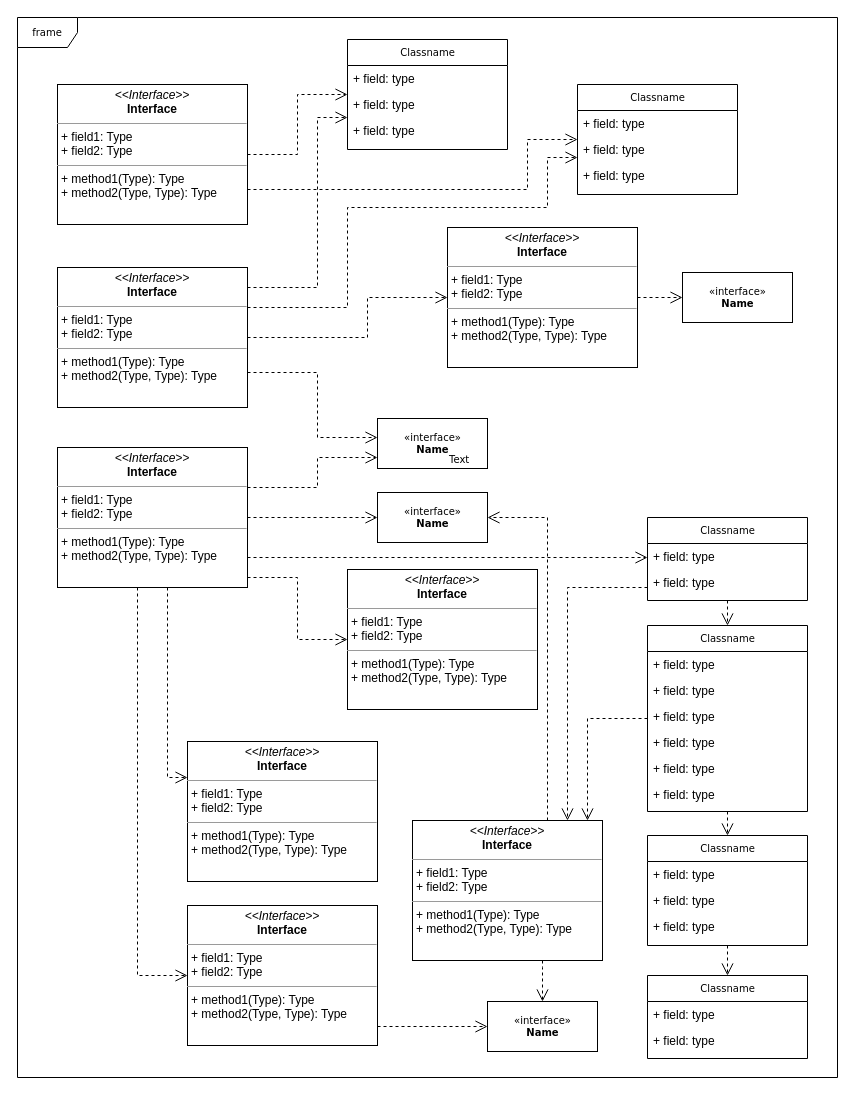
Earlier version of the draw.io diagram Untitled Diagram.drawio (tarkers/Draw-io). Source tidied: cells renumbered, new cells numbered last; positions are measured from the earlier drawing's top-left corner, leaving out a move shared by most shapes. Both pictures are drawn from the tidied source at 100%, with x=0, y=0 at pixel (17, 17).
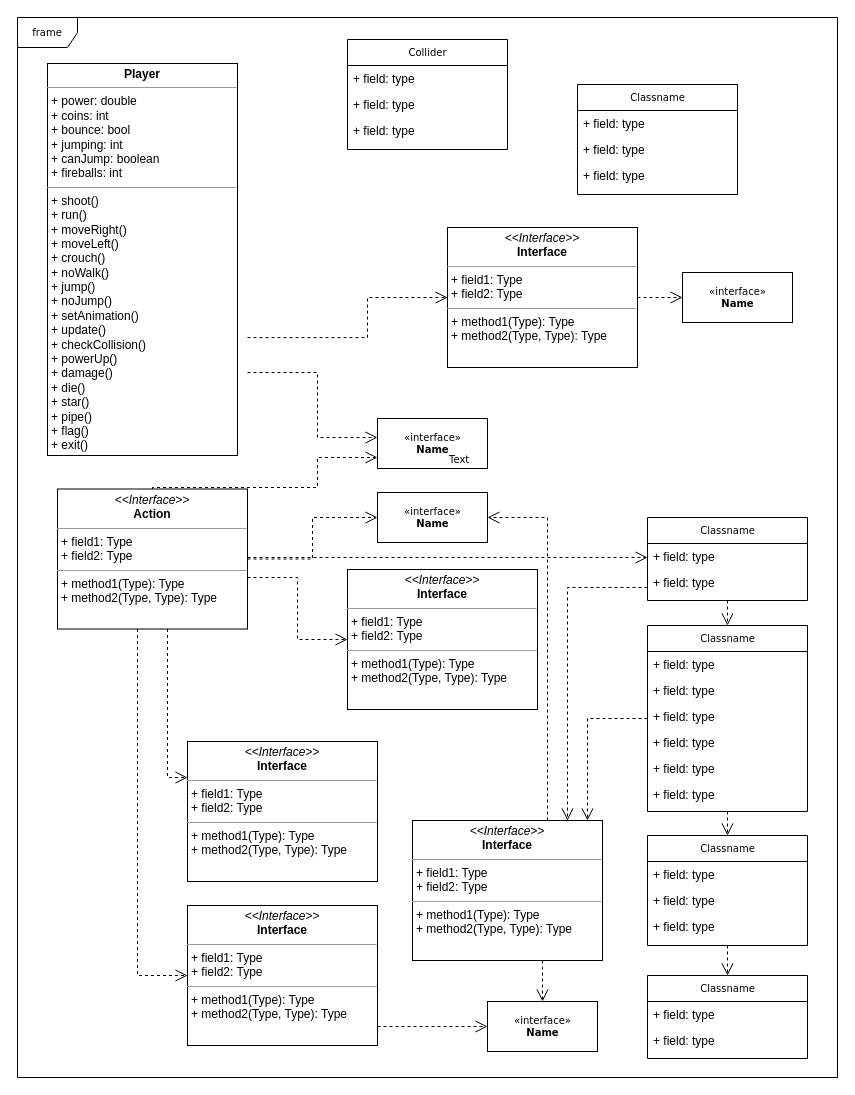
Above is the later version.

Unchanged cells that the change refers to:
```xml
<mxCell id="16" value="Classname" style="swimlane;html=1;fontStyle=0;horizontal=1;startSize=26;fillColor=none;swimlaneFillColor=#ffffff;rounded=0;shadow=0;comic=0;labelBackgroundColor=none;strokeWidth=1;fontFamily=Verdana;fontSize=10;align=center;" parent="1" vertex="1">
  <mxGeometry x="560" y="67" width="160" height="110" as="geometry" />
</mxCell>
<mxCell id="41" value="&amp;laquo;interface&amp;raquo;&lt;br&gt;&lt;b&gt;Name&lt;/b&gt;" style="html=1;rounded=0;shadow=0;comic=0;labelBackgroundColor=none;strokeWidth=1;fontFamily=Verdana;fontSize=10;align=center;" parent="1" vertex="1">
  <mxGeometry x="360" y="401" width="110" height="50" as="geometry" />
</mxCell>
<mxCell id="43" value="&lt;p style=&quot;margin:0px;margin-top:4px;text-align:center;&quot;&gt;&lt;i&gt;&amp;lt;&amp;lt;Interface&amp;gt;&amp;gt;&lt;/i&gt;&lt;br/&gt;&lt;b&gt;Interface&lt;/b&gt;&lt;/p&gt;&lt;hr size=&quot;1&quot;/&gt;&lt;p style=&quot;margin:0px;margin-left:4px;&quot;&gt;+ field1: Type&lt;br/&gt;+ field2: Type&lt;/p&gt;&lt;hr size=&quot;1&quot;/&gt;&lt;p style=&quot;margin:0px;margin-left:4px;&quot;&gt;+ method1(Type): Type&lt;br/&gt;+ method2(Type, Type): Type&lt;/p&gt;" style="verticalAlign=top;align=left;overflow=fill;fontSize=12;fontFamily=Helvetica;html=1;rounded=0;shadow=0;comic=0;labelBackgroundColor=none;strokeWidth=1;" parent="1" vertex="1">
  <mxGeometry x="430" y="210" width="190" height="140" as="geometry" />
</mxCell>
```

The edit, as a diff of the source:
```diff
@@
-    <mxCell id="12" value="Classname" style="swimlane;html=1;fontStyle=0;horizontal=1;startSize=26;fillColor=none;swimlaneFillColor=#ffffff;rounded=0;shadow=0;comic=0;labelBackgroundColor=none;strokeWidth=1;fontFamily=Verdana;fontSize=10;align=center;" parent="1" vertex="1">
+    <mxCell id="12" value="Collider" style="swimlane;html=1;fontStyle=0;horizontal=1;startSize=26;fillColor=none;swimlaneFillColor=#ffffff;rounded=0;shadow=0;comic=0;labelBackgroundColor=none;strokeWidth=1;fontFamily=Verdana;fontSize=10;align=center;" parent="1" vertex="1">
       <mxGeometry x="330" y="22" width="160" height="110" as="geometry" />
     </mxCell>
@@
-    <mxCell id="46" style="edgeStyle=orthogonalEdgeStyle;rounded=0;html=1;labelBackgroundColor=none;startFill=0;endArrow=open;endFill=0;endSize=10;fontFamily=Verdana;fontSize=10;dashed=1;" parent="1" edge="1" source="48" target="12">
-      <mxGeometry relative="1" as="geometry" />
-    </mxCell>
-    <mxCell id="47" style="edgeStyle=orthogonalEdgeStyle;rounded=0;html=1;exitX=1;exitY=0.75;dashed=1;labelBackgroundColor=none;startFill=0;endArrow=open;endFill=0;endSize=10;fontFamily=Verdana;fontSize=10;" parent="1" edge="1" source="48" target="16">
-      <mxGeometry relative="1" as="geometry">
-        <Array as="points">
-          <mxPoint x="510" y="172" />
-          <mxPoint x="510" y="122" />
-        </Array>
-      </mxGeometry>
-    </mxCell>
-    <mxCell id="48" value="&lt;p style=&quot;margin:0px;margin-top:4px;text-align:center;&quot;&gt;&lt;i&gt;&amp;lt;&amp;lt;Interface&amp;gt;&amp;gt;&lt;/i&gt;&lt;br/&gt;&lt;b&gt;Interface&lt;/b&gt;&lt;/p&gt;&lt;hr size=&quot;1&quot;/&gt;&lt;p style=&quot;margin:0px;margin-left:4px;&quot;&gt;+ field1: Type&lt;br/&gt;+ field2: Type&lt;/p&gt;&lt;hr size=&quot;1&quot;/&gt;&lt;p style=&quot;margin:0px;margin-left:4px;&quot;&gt;+ method1(Type): Type&lt;br/&gt;+ method2(Type, Type): Type&lt;/p&gt;" style="verticalAlign=top;align=left;overflow=fill;fontSize=12;fontFamily=Helvetica;html=1;rounded=0;shadow=0;comic=0;labelBackgroundColor=none;strokeWidth=1;" parent="1" vertex="1">
-      <mxGeometry x="40" y="67" width="190" height="140" as="geometry" />
+    <mxCell id="48" value="&lt;p style=&quot;margin: 0px ; margin-top: 4px ; text-align: center&quot;&gt;&lt;b&gt;Player&lt;/b&gt;&lt;/p&gt;&lt;hr size=&quot;1&quot;&gt;&lt;p style=&quot;margin: 0px ; margin-left: 4px&quot;&gt;+ power: double&lt;br&gt;+ coins: int&lt;/p&gt;&lt;p style=&quot;margin: 0px ; margin-left: 4px&quot;&gt;+ bounce: bool&lt;/p&gt;&lt;p style=&quot;margin: 0px ; margin-left: 4px&quot;&gt;+ jumping: int&lt;/p&gt;&lt;p style=&quot;margin: 0px ; margin-left: 4px&quot;&gt;+ canJump: boolean&lt;/p&gt;&lt;p style=&quot;margin: 0px ; margin-left: 4px&quot;&gt;+ fireballs: int&lt;/p&gt;&lt;hr size=&quot;1&quot;&gt;&lt;p style=&quot;margin: 0px ; margin-left: 4px&quot;&gt;+ shoot()&lt;br&gt;+ run()&lt;/p&gt;&lt;p style=&quot;margin: 0px ; margin-left: 4px&quot;&gt;+ moveRight()&lt;/p&gt;&lt;p style=&quot;margin: 0px ; margin-left: 4px&quot;&gt;+ moveLeft()&lt;/p&gt;&lt;p style=&quot;margin: 0px ; margin-left: 4px&quot;&gt;+ crouch()&lt;/p&gt;&lt;p style=&quot;margin: 0px ; margin-left: 4px&quot;&gt;+ noWalk()&lt;/p&gt;&lt;p style=&quot;margin: 0px ; margin-left: 4px&quot;&gt;+ jump()&lt;/p&gt;&lt;p style=&quot;margin: 0px ; margin-left: 4px&quot;&gt;+ noJump()&lt;/p&gt;&lt;p style=&quot;margin: 0px ; margin-left: 4px&quot;&gt;+ setAnimation()&lt;/p&gt;&lt;p style=&quot;margin: 0px ; margin-left: 4px&quot;&gt;+ update()&lt;/p&gt;&lt;p style=&quot;margin: 0px ; margin-left: 4px&quot;&gt;+ checkCollision()&lt;/p&gt;&lt;p style=&quot;margin: 0px ; margin-left: 4px&quot;&gt;+ powerUp()&lt;/p&gt;&lt;p style=&quot;margin: 0px ; margin-left: 4px&quot;&gt;+ damage()&lt;/p&gt;&lt;p style=&quot;margin: 0px ; margin-left: 4px&quot;&gt;+ die()&lt;/p&gt;&lt;p style=&quot;margin: 0px ; margin-left: 4px&quot;&gt;+ star()&lt;/p&gt;&lt;p style=&quot;margin: 0px ; margin-left: 4px&quot;&gt;+ pipe()&lt;/p&gt;&lt;p style=&quot;margin: 0px ; margin-left: 4px&quot;&gt;+ flag()&lt;/p&gt;&lt;p style=&quot;margin: 0px ; margin-left: 4px&quot;&gt;+ exit()&lt;/p&gt;" style="verticalAlign=top;align=left;overflow=fill;fontSize=12;fontFamily=Helvetica;html=1;rounded=0;shadow=0;comic=0;labelBackgroundColor=none;strokeWidth=1;" parent="1" vertex="1">
+      <mxGeometry x="30" y="46" width="190" height="392" as="geometry" />
     </mxCell>
-    <mxCell id="49" style="edgeStyle=orthogonalEdgeStyle;rounded=0;html=1;dashed=1;labelBackgroundColor=none;startFill=0;endArrow=open;endFill=0;endSize=10;fontFamily=Verdana;fontSize=10;" parent="1" edge="1" source="53" target="12">
-      <mxGeometry relative="1" as="geometry">
-        <Array as="points">
-          <mxPoint x="300" y="270" />
-          <mxPoint x="300" y="100" />
-        </Array>
-      </mxGeometry>
-    </mxCell>
-    <mxCell id="50" style="edgeStyle=orthogonalEdgeStyle;rounded=0;html=1;dashed=1;labelBackgroundColor=none;startFill=0;endArrow=open;endFill=0;endSize=10;fontFamily=Verdana;fontSize=10;" parent="1" edge="1" source="53" target="16">
-      <mxGeometry relative="1" as="geometry">
-        <Array as="points">
-          <mxPoint x="330" y="290" />
-          <mxPoint x="330" y="190" />
-          <mxPoint x="530" y="190" />
-          <mxPoint x="530" y="140" />
-        </Array>
-      </mxGeometry>
-    </mxCell>
-    <mxCell id="51" style="edgeStyle=orthogonalEdgeStyle;rounded=0;html=1;dashed=1;labelBackgroundColor=none;startFill=0;endArrow=open;endFill=0;endSize=10;fontFamily=Verdana;fontSize=10;" parent="1" edge="1" source="53" target="43">
+    <mxCell id="51" style="edgeStyle=orthogonalEdgeStyle;rounded=0;html=1;dashed=1;labelBackgroundColor=none;startFill=0;endArrow=open;endFill=0;endSize=10;fontFamily=Verdana;fontSize=10;" parent="1" edge="1" target="43">
       <mxGeometry relative="1" as="geometry">
+        <mxPoint x="230" y="320.1" as="sourcePoint" />
         <Array as="points">
           <mxPoint x="350" y="320" />
           <mxPoint x="350" y="280" />
         </Array>
       </mxGeometry>
     </mxCell>
-    <mxCell id="52" style="edgeStyle=orthogonalEdgeStyle;rounded=0;html=1;exitX=1;exitY=0.75;dashed=1;labelBackgroundColor=none;startFill=0;endArrow=open;endFill=0;endSize=10;fontFamily=Verdana;fontSize=10;" parent="1" edge="1" source="53" target="41">
+    <mxCell id="52" style="edgeStyle=orthogonalEdgeStyle;rounded=0;html=1;exitX=1;exitY=0.75;dashed=1;labelBackgroundColor=none;startFill=0;endArrow=open;endFill=0;endSize=10;fontFamily=Verdana;fontSize=10;" parent="1" edge="1" target="41">
       <mxGeometry relative="1" as="geometry">
+        <mxPoint x="230" y="355" as="sourcePoint" />
         <Array as="points">
           <mxPoint x="300" y="355" />
           <mxPoint x="300" y="420" />
         </Array>
       </mxGeometry>
     </mxCell>
-    <mxCell id="53" value="&lt;p style=&quot;margin:0px;margin-top:4px;text-align:center;&quot;&gt;&lt;i&gt;&amp;lt;&amp;lt;Interface&amp;gt;&amp;gt;&lt;/i&gt;&lt;br/&gt;&lt;b&gt;Interface&lt;/b&gt;&lt;/p&gt;&lt;hr size=&quot;1&quot;/&gt;&lt;p style=&quot;margin:0px;margin-left:4px;&quot;&gt;+ field1: Type&lt;br/&gt;+ field2: Type&lt;/p&gt;&lt;hr size=&quot;1&quot;/&gt;&lt;p style=&quot;margin:0px;margin-left:4px;&quot;&gt;+ method1(Type): Type&lt;br/&gt;+ method2(Type, Type): Type&lt;/p&gt;" style="verticalAlign=top;align=left;overflow=fill;fontSize=12;fontFamily=Helvetica;html=1;rounded=0;shadow=0;comic=0;labelBackgroundColor=none;strokeWidth=1;" parent="1" vertex="1">
-      <mxGeometry x="40" y="250" width="190" height="140" as="geometry" />
-    </mxCell>
@@
-    <mxCell id="60" value="&lt;p style=&quot;margin:0px;margin-top:4px;text-align:center;&quot;&gt;&lt;i&gt;&amp;lt;&amp;lt;Interface&amp;gt;&amp;gt;&lt;/i&gt;&lt;br/&gt;&lt;b&gt;Interface&lt;/b&gt;&lt;/p&gt;&lt;hr size=&quot;1&quot;/&gt;&lt;p style=&quot;margin:0px;margin-left:4px;&quot;&gt;+ field1: Type&lt;br/&gt;+ field2: Type&lt;/p&gt;&lt;hr size=&quot;1&quot;/&gt;&lt;p style=&quot;margin:0px;margin-left:4px;&quot;&gt;+ method1(Type): Type&lt;br/&gt;+ method2(Type, Type): Type&lt;/p&gt;" style="verticalAlign=top;align=left;overflow=fill;fontSize=12;fontFamily=Helvetica;html=1;rounded=0;shadow=0;comic=0;labelBackgroundColor=none;strokeWidth=1;" parent="1" vertex="1">
-      <mxGeometry x="40" y="430" width="190" height="140" as="geometry" />
+    <mxCell id="60" value="&lt;p style=&quot;margin: 0px ; margin-top: 4px ; text-align: center&quot;&gt;&lt;i&gt;&amp;lt;&amp;lt;Interface&amp;gt;&amp;gt;&lt;/i&gt;&lt;br&gt;&lt;b&gt;Action&lt;/b&gt;&lt;/p&gt;&lt;hr size=&quot;1&quot;&gt;&lt;p style=&quot;margin: 0px ; margin-left: 4px&quot;&gt;+ field1: Type&lt;br&gt;+ field2: Type&lt;/p&gt;&lt;hr size=&quot;1&quot;&gt;&lt;p style=&quot;margin: 0px ; margin-left: 4px&quot;&gt;+ method1(Type): Type&lt;br&gt;+ method2(Type, Type): Type&lt;/p&gt;" style="verticalAlign=top;align=left;overflow=fill;fontSize=12;fontFamily=Helvetica;html=1;rounded=0;shadow=0;comic=0;labelBackgroundColor=none;strokeWidth=1;" parent="1" vertex="1">
+      <mxGeometry x="40" y="471.5" width="190" height="140" as="geometry" />
     </mxCell>
```
